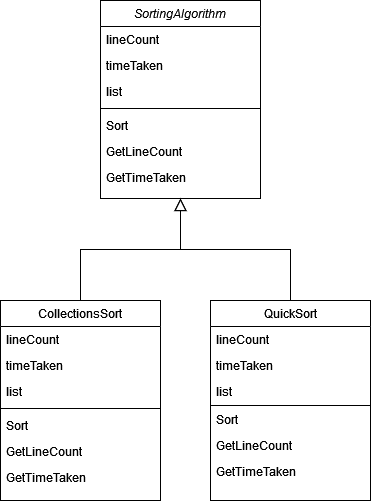
The draw.io diagram ClassDiagram.drawio.png in jonaling/MegaportAssesment120322, before a commit. Source tidied: cells renumbered, new cells last; positions are measured from the earlier drawing's top-left corner, leaving out a move shared by most shapes.
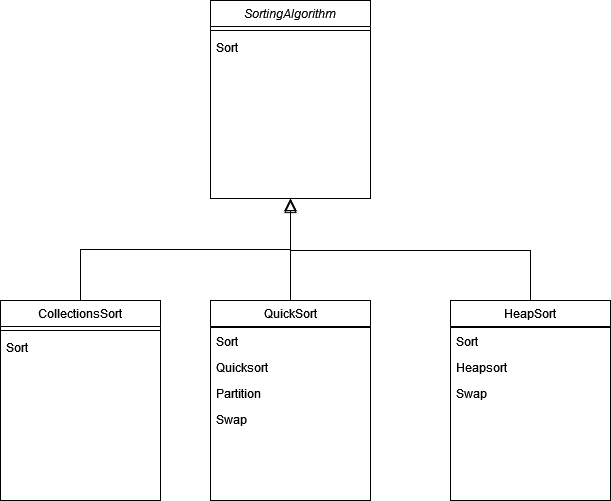
Above is the later version.

Diff of the diagram source:
```diff
@@ -3,82 +3,66 @@
     <mxCell id="0" />
     <mxCell id="1" parent="0" />
     <mxCell id="2" value="SortingAlgorithm" style="swimlane;fontStyle=2;align=center;verticalAlign=top;horizontal=1;startSize=26;rounded=0;shadow=0;strokeWidth=1;" parent="1" vertex="1">
-      <mxGeometry x="100" width="160" height="198" as="geometry" />
+      <mxGeometry x="210" width="160" height="198" as="geometry" />
     </mxCell>
-    <mxCell id="3" value="lineCount" style="text;align=left;verticalAlign=top;spacingLeft=4;spacingRight=4;overflow=hidden;rounded=0;shadow=0;html=0;" parent="2" vertex="1">
-      <mxGeometry y="26" width="160" height="26" as="geometry" />
-    </mxCell>
-    <mxCell id="4" value="timeTaken" style="text;align=left;verticalAlign=top;spacingLeft=4;spacingRight=4;overflow=hidden;rounded=0;shadow=0;html=0;" parent="2" vertex="1">
-      <mxGeometry y="52" width="160" height="26" as="geometry" />
-    </mxCell>
-    <mxCell id="5" value="list" style="text;align=left;verticalAlign=top;spacingLeft=4;spacingRight=4;overflow=hidden;rounded=0;shadow=0;html=0;" parent="2" vertex="1">
-      <mxGeometry y="78" width="160" height="26" as="geometry" />
-    </mxCell>
     <mxCell id="6" style="line;html=1;strokeWidth=1;align=left;verticalAlign=middle;spacingTop=-1;spacingLeft=3;spacingRight=3;labelPosition=right;" parent="2" vertex="1">
-      <mxGeometry y="104" width="160" height="8" as="geometry" />
+      <mxGeometry y="26" width="160" height="8" as="geometry" />
     </mxCell>
     <mxCell id="7" value="Sort" style="text;align=left;verticalAlign=top;spacingLeft=4;spacingRight=4;overflow=hidden;" parent="2" vertex="1">
-      <mxGeometry y="112" width="160" height="26" as="geometry" />
+      <mxGeometry y="34" width="160" height="26" as="geometry" />
     </mxCell>
-    <mxCell id="8" value="GetLineCount" style="text;align=left;verticalAlign=top;spacingLeft=4;spacingRight=4;overflow=hidden;" parent="2" vertex="1">
-      <mxGeometry y="138" width="160" height="26" as="geometry" />
-    </mxCell>
-    <mxCell id="9" value="GetTimeTaken" style="text;align=left;verticalAlign=top;spacingLeft=4;spacingRight=4;overflow=hidden;fontStyle=0;" parent="2" vertex="1">
-      <mxGeometry y="164" width="160" height="26" as="geometry" />
-    </mxCell>
     <mxCell id="10" value="CollectionsSort" style="swimlane;fontStyle=0;align=center;verticalAlign=top;horizontal=1;startSize=26;rounded=0;shadow=0;strokeWidth=1;" parent="1" vertex="1">
       <mxGeometry y="300" width="160" height="200" as="geometry" />
     </mxCell>
-    <mxCell id="11" value="lineCount" style="text;align=left;verticalAlign=top;spacingLeft=4;spacingRight=4;overflow=hidden;" parent="10" vertex="1">
-      <mxGeometry y="26" width="160" height="26" as="geometry" />
-    </mxCell>
-    <mxCell id="12" value="timeTaken" style="text;align=left;verticalAlign=top;spacingLeft=4;spacingRight=4;overflow=hidden;rounded=0;shadow=0;html=0;" parent="10" vertex="1">
-      <mxGeometry y="52" width="160" height="26" as="geometry" />
-    </mxCell>
-    <mxCell id="13" value="list" style="text;align=left;verticalAlign=top;spacingLeft=4;spacingRight=4;overflow=hidden;rounded=0;shadow=0;html=0;" parent="10" vertex="1">
-      <mxGeometry y="78" width="160" height="26" as="geometry" />
-    </mxCell>
     <mxCell id="14" style="line;html=1;strokeWidth=1;align=left;verticalAlign=middle;spacingTop=-1;spacingLeft=3;spacingRight=3;labelPosition=right;" parent="10" vertex="1">
-      <mxGeometry y="104" width="160" height="8" as="geometry" />
+      <mxGeometry y="26" width="160" height="8" as="geometry" />
     </mxCell>
     <mxCell id="15" value="Sort" style="text;align=left;verticalAlign=top;spacingLeft=4;spacingRight=4;overflow=hidden;fontStyle=0;" parent="10" vertex="1">
-      <mxGeometry y="112" width="160" height="26" as="geometry" />
+      <mxGeometry y="34" width="160" height="26" as="geometry" />
     </mxCell>
-    <mxCell id="16" value="GetLineCount" style="text;align=left;verticalAlign=top;spacingLeft=4;spacingRight=4;overflow=hidden;fontStyle=0;" parent="10" vertex="1">
-      <mxGeometry y="138" width="160" height="26" as="geometry" />
-    </mxCell>
-    <mxCell id="17" value="GetTimeTaken" style="text;align=left;verticalAlign=top;spacingLeft=4;spacingRight=4;overflow=hidden;fontStyle=0;" parent="10" vertex="1">
-      <mxGeometry y="164" width="160" height="26" as="geometry" />
-    </mxCell>
     <mxCell id="18" style="endArrow=block;endSize=10;endFill=0;shadow=0;strokeWidth=1;rounded=0;edgeStyle=elbowEdgeStyle;elbow=vertical;" parent="1" edge="1" source="10" target="2">
       <mxGeometry relative="1" as="geometry" />
     </mxCell>
     <mxCell id="19" value="QuickSort" style="swimlane;fontStyle=0;align=center;verticalAlign=top;horizontal=1;startSize=26;rounded=0;shadow=0;strokeWidth=1;" parent="1" vertex="1">
       <mxGeometry x="210" y="300" width="160" height="200" as="geometry" />
     </mxCell>
-    <mxCell id="20" value="lineCount" style="text;align=left;verticalAlign=top;spacingLeft=4;spacingRight=4;overflow=hidden;" parent="19" vertex="1">
-      <mxGeometry y="26" width="160" height="26" as="geometry" />
-    </mxCell>
-    <mxCell id="21" value="timeTaken" style="text;align=left;verticalAlign=top;spacingLeft=4;spacingRight=4;overflow=hidden;rounded=0;shadow=0;html=0;" parent="19" vertex="1">
-      <mxGeometry y="52" width="160" height="26" as="geometry" />
-    </mxCell>
-    <mxCell id="22" value="list" style="text;align=left;verticalAlign=top;spacingLeft=4;spacingRight=4;overflow=hidden;rounded=0;shadow=0;html=0;" parent="19" vertex="1">
-      <mxGeometry y="78" width="160" height="26" as="geometry" />
-    </mxCell>
     <mxCell id="23" style="line;html=1;strokeWidth=1;align=left;verticalAlign=middle;spacingTop=-1;spacingLeft=3;spacingRight=3;labelPosition=right;" parent="19" vertex="1">
-      <mxGeometry y="104" width="160" height="2" as="geometry" />
+      <mxGeometry y="26" width="160" height="2" as="geometry" />
     </mxCell>
     <mxCell id="24" value="Sort" style="text;align=left;verticalAlign=top;spacingLeft=4;spacingRight=4;overflow=hidden;fontStyle=0;" parent="19" vertex="1">
-      <mxGeometry y="106" width="160" height="26" as="geometry" />
+      <mxGeometry y="28" width="160" height="26" as="geometry" />
     </mxCell>
-    <mxCell id="25" value="GetLineCount" style="text;align=left;verticalAlign=top;spacingLeft=4;spacingRight=4;overflow=hidden;fontStyle=0;" parent="19" vertex="1">
-      <mxGeometry y="132" width="160" height="26" as="geometry" />
+    <mxCell id="25" value="Quicksort" style="text;align=left;verticalAlign=top;spacingLeft=4;spacingRight=4;overflow=hidden;fontStyle=0;" parent="19" vertex="1">
+      <mxGeometry y="54" width="160" height="26" as="geometry" />
     </mxCell>
-    <mxCell id="26" value="GetTimeTaken" style="text;align=left;verticalAlign=top;spacingLeft=4;spacingRight=4;overflow=hidden;fontStyle=0;" parent="19" vertex="1">
-      <mxGeometry y="158" width="160" height="26" as="geometry" />
+    <mxCell id="26" value="Partition" style="text;align=left;verticalAlign=top;spacingLeft=4;spacingRight=4;overflow=hidden;fontStyle=0;" parent="19" vertex="1">
+      <mxGeometry y="80" width="160" height="26" as="geometry" />
     </mxCell>
+    <mxCell id="28" value="Swap" style="text;align=left;verticalAlign=top;spacingLeft=4;spacingRight=4;overflow=hidden;fontStyle=0;" parent="19" vertex="1">
+      <mxGeometry y="106" width="160" height="26" as="geometry" />
+    </mxCell>
     <mxCell id="27" style="endArrow=block;endSize=10;endFill=0;shadow=0;strokeWidth=1;rounded=0;edgeStyle=elbowEdgeStyle;elbow=vertical;" parent="1" edge="1" source="19" target="2">
       <mxGeometry relative="1" as="geometry" />
     </mxCell>
+    <mxCell id="29" value="HeapSort" style="swimlane;fontStyle=0;align=center;verticalAlign=top;horizontal=1;startSize=26;rounded=0;shadow=0;strokeWidth=1;" parent="1" vertex="1">
+      <mxGeometry x="450" y="300" width="160" height="200" as="geometry" />
+    </mxCell>
+    <mxCell id="30" style="line;html=1;strokeWidth=1;align=left;verticalAlign=middle;spacingTop=-1;spacingLeft=3;spacingRight=3;labelPosition=right;" parent="29" vertex="1">
+      <mxGeometry y="26" width="160" height="2" as="geometry" />
+    </mxCell>
+    <mxCell id="31" value="Sort" style="text;align=left;verticalAlign=top;spacingLeft=4;spacingRight=4;overflow=hidden;fontStyle=0;" parent="29" vertex="1">
+      <mxGeometry y="28" width="160" height="26" as="geometry" />
+    </mxCell>
+    <mxCell id="32" value="Heapsort" style="text;align=left;verticalAlign=top;spacingLeft=4;spacingRight=4;overflow=hidden;fontStyle=0;" parent="29" vertex="1">
+      <mxGeometry y="54" width="160" height="26" as="geometry" />
+    </mxCell>
+    <mxCell id="33" value="Swap" style="text;align=left;verticalAlign=top;spacingLeft=4;spacingRight=4;overflow=hidden;fontStyle=0;" parent="29" vertex="1">
+      <mxGeometry y="80" width="160" height="26" as="geometry" />
+    </mxCell>
+    <mxCell id="34" style="endArrow=block;endSize=10;endFill=0;shadow=0;strokeWidth=1;rounded=0;edgeStyle=elbowEdgeStyle;elbow=vertical;exitX=0.5;exitY=0;exitDx=0;exitDy=0;" parent="1" edge="1" source="29">
+      <mxGeometry relative="1" as="geometry">
+        <mxPoint x="290" y="200" as="targetPoint" />
+      </mxGeometry>
+    </mxCell>
   </root>
 </mxGraphModel>
```
